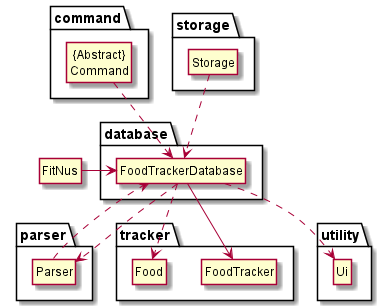
This is docs/diagrams-DG/FoodTrackerDatabase_Classes.png from praj-bellakka/tp, a PlantUML export, as it was before one commit. Source of this version:
```plantuml
@startuml
hide member

hide circle
skinparam classAttributeIconSize 0

class FitNus
package parser {
    class Parser
}

package command {
    class "{Abstract}\nCommand"
}

package database {
    class FoodTrackerDatabase
}

package storage {
    class Storage
}

package tracker {
    class FoodTracker
    class Food
}

package utility {
    class Ui
}

Storage ..> FoodTrackerDatabase
FitNus -> FoodTrackerDatabase
"{Abstract}\nCommand" ..> FoodTrackerDatabase
Parser ..> FoodTrackerDatabase
FoodTrackerDatabase ..> Parser
FoodTrackerDatabase --> FoodTracker
FoodTrackerDatabase ..> Food
FoodTrackerDatabase ..> Ui
@enduml
```
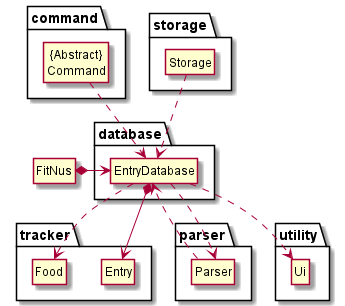
The same file after the commit.

What changed in the source:
```diff
@@ -14,7 +14,7 @@
 }
 
 package database {
-    class FoodTrackerDatabase
+    class EntryDatabase
 }
 
 package storage {
@@ -22,7 +22,7 @@
 }
 
 package tracker {
-    class FoodTracker
+    class Entry
     class Food
 }
 
@@ -30,12 +30,12 @@
     class Ui
 }
 
-Storage ..> FoodTrackerDatabase
-FitNus -> FoodTrackerDatabase
-"{Abstract}\nCommand" ..> FoodTrackerDatabase
-Parser ..> FoodTrackerDatabase
-FoodTrackerDatabase ..> Parser
-FoodTrackerDatabase --> FoodTracker
-FoodTrackerDatabase ..> Food
-FoodTrackerDatabase ..> Ui
+Storage ..> EntryDatabase
+FitNus *-> EntryDatabase
+"{Abstract}\nCommand" ..> EntryDatabase
+Parser ..> EntryDatabase
+EntryDatabase ..> Parser
+EntryDatabase *-> Entry
+EntryDatabase ..> Food
+EntryDatabase ..> Ui
 @enduml
```
